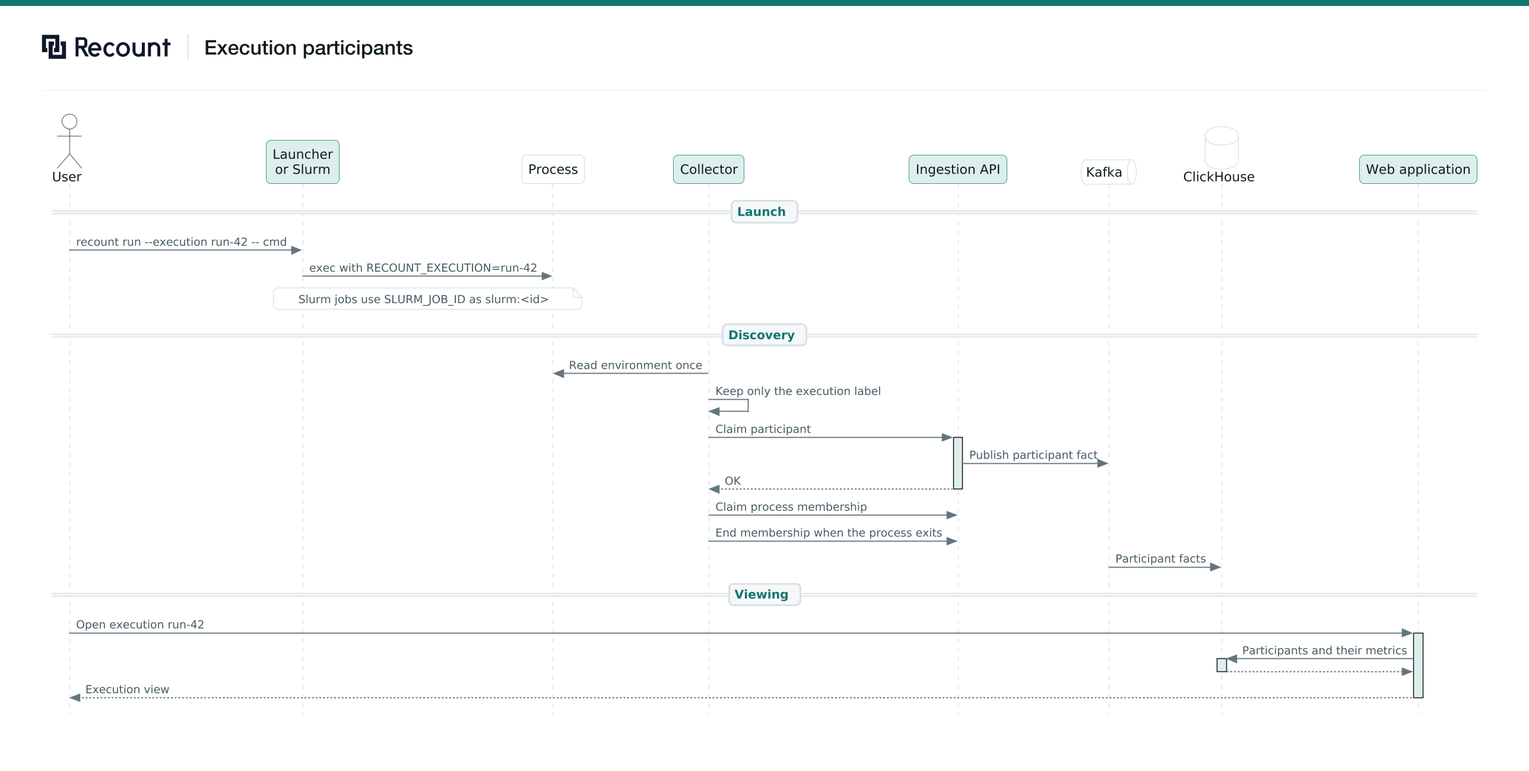
Before: docs/diagrams/execution-participants.png, a diagram exported from PlantUML (theodore-lheureux/pfe-telemetry). Its source is kept beside it as docs/execution-participants.puml.
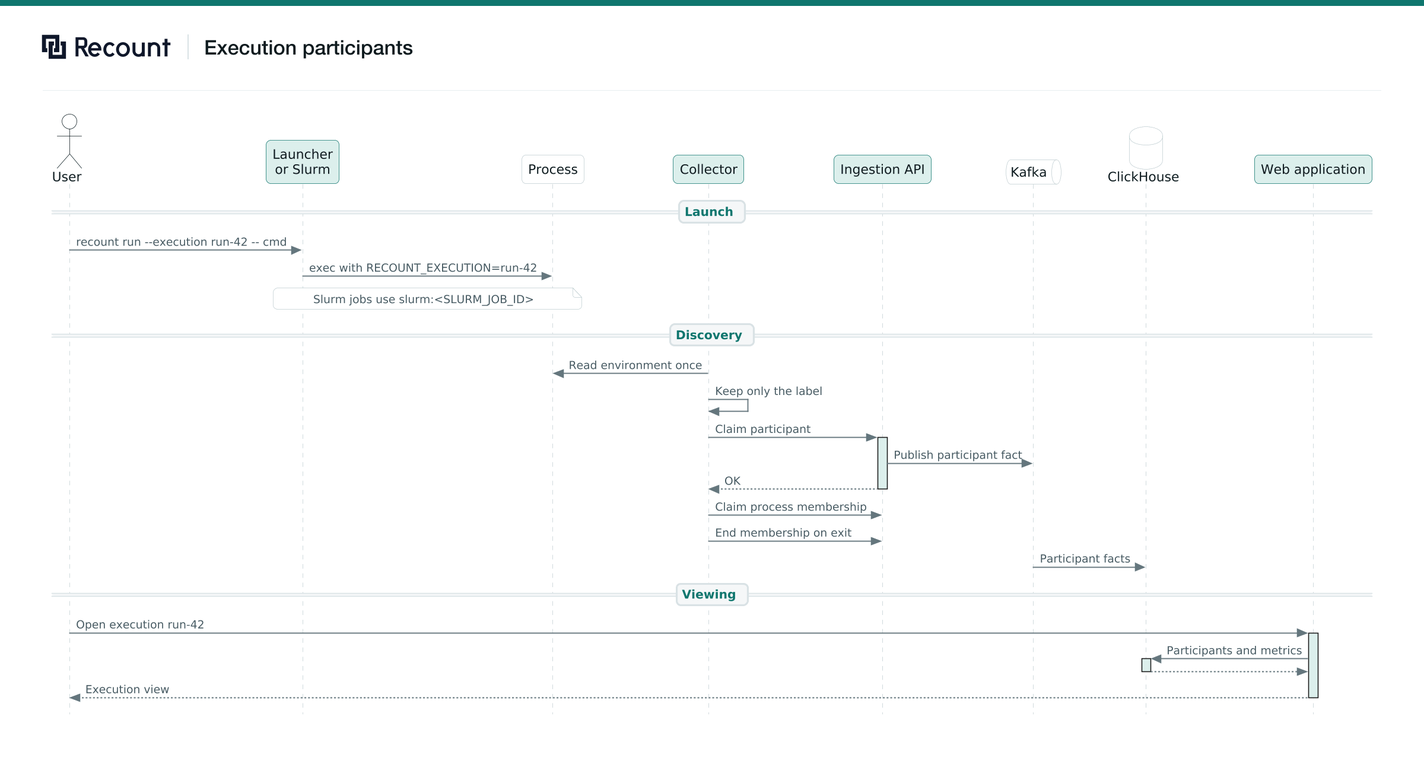
The same file after the commit.

What changed in the source:
```diff
@@ -15,21 +15,21 @@
 == Launch ==
 user -> launcher : recount run ~--execution run-42 ~-- cmd
 launcher -> process : exec with RECOUNT_EXECUTION=run-42
-note over launcher, process : Slurm jobs use SLURM_JOB_ID as slurm:<id>
+note over launcher, process : Slurm jobs use slurm:<SLURM_JOB_ID>
 
 == Discovery ==
 collector -> process : Read environment once
-collector -> collector : Keep only the execution label
+collector -> collector : Keep only the label
 collector -> ingestion ++ : Claim participant
 ingestion -> kafka : Publish participant fact
 ingestion --> collector -- : OK
 collector -> ingestion : Claim process membership
-collector -> ingestion : End membership when the process exits
+collector -> ingestion : End membership on exit
 kafka -> clickhouse : Participant facts
 
 == Viewing ==
 user -> web ++ : Open execution run-42
-web -> clickhouse ++ : Participants and their metrics
+web -> clickhouse ++ : Participants and metrics
 clickhouse --> web --
 web --> user -- : Execution view
 
```
